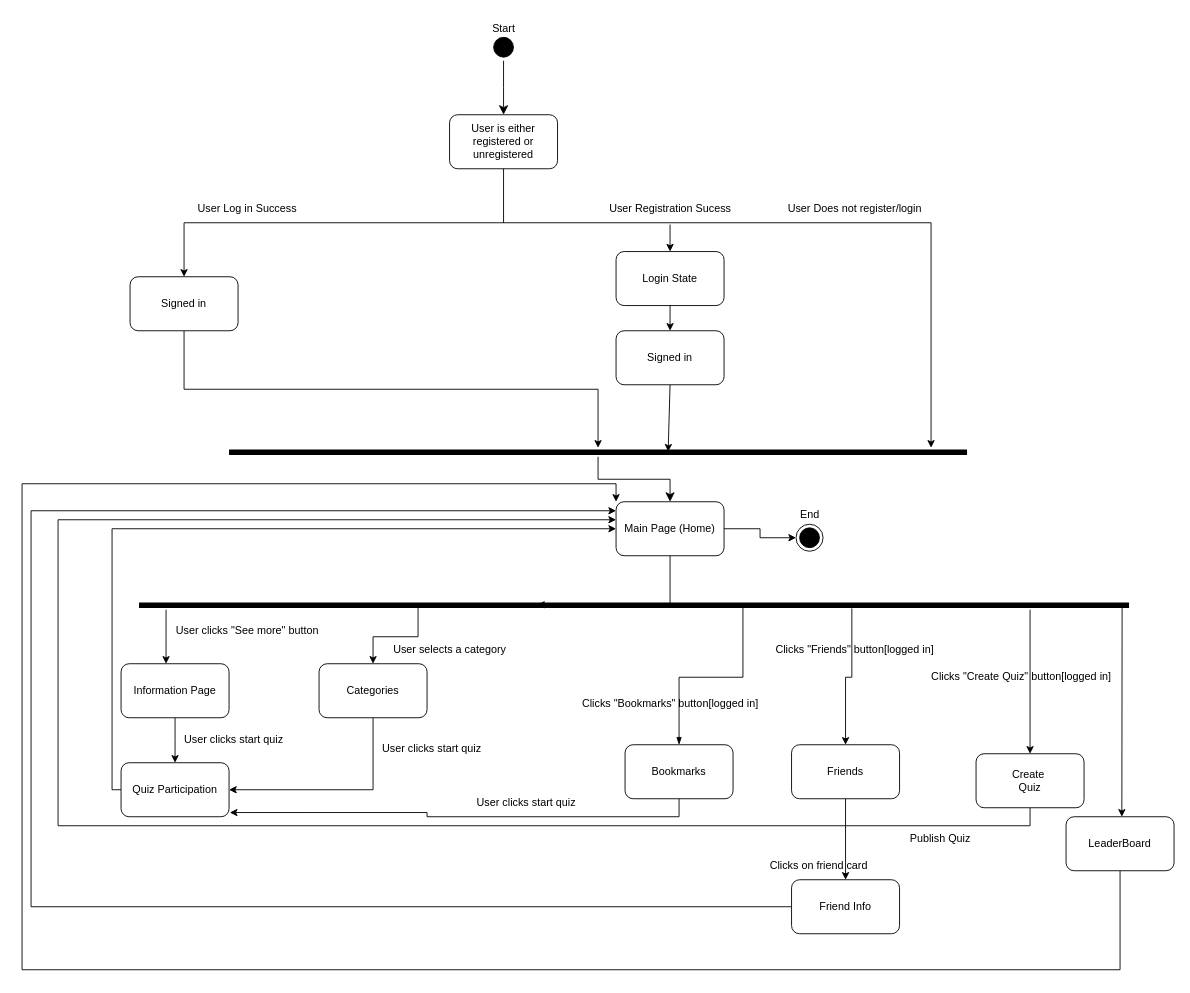
AksharNana/QuizPlatform-Docs keeps this draw.io diagram as views/State Diagram.drawio. Above is the earlier version. Source tidied: cells renumbered, new cells numbered last; positions are measured from the earlier drawing's top-left corner, leaving out a move shared by most shapes. Both pictures are drawn from the tidied source at 90%, with x=0, y=0 at pixel (22, 15).
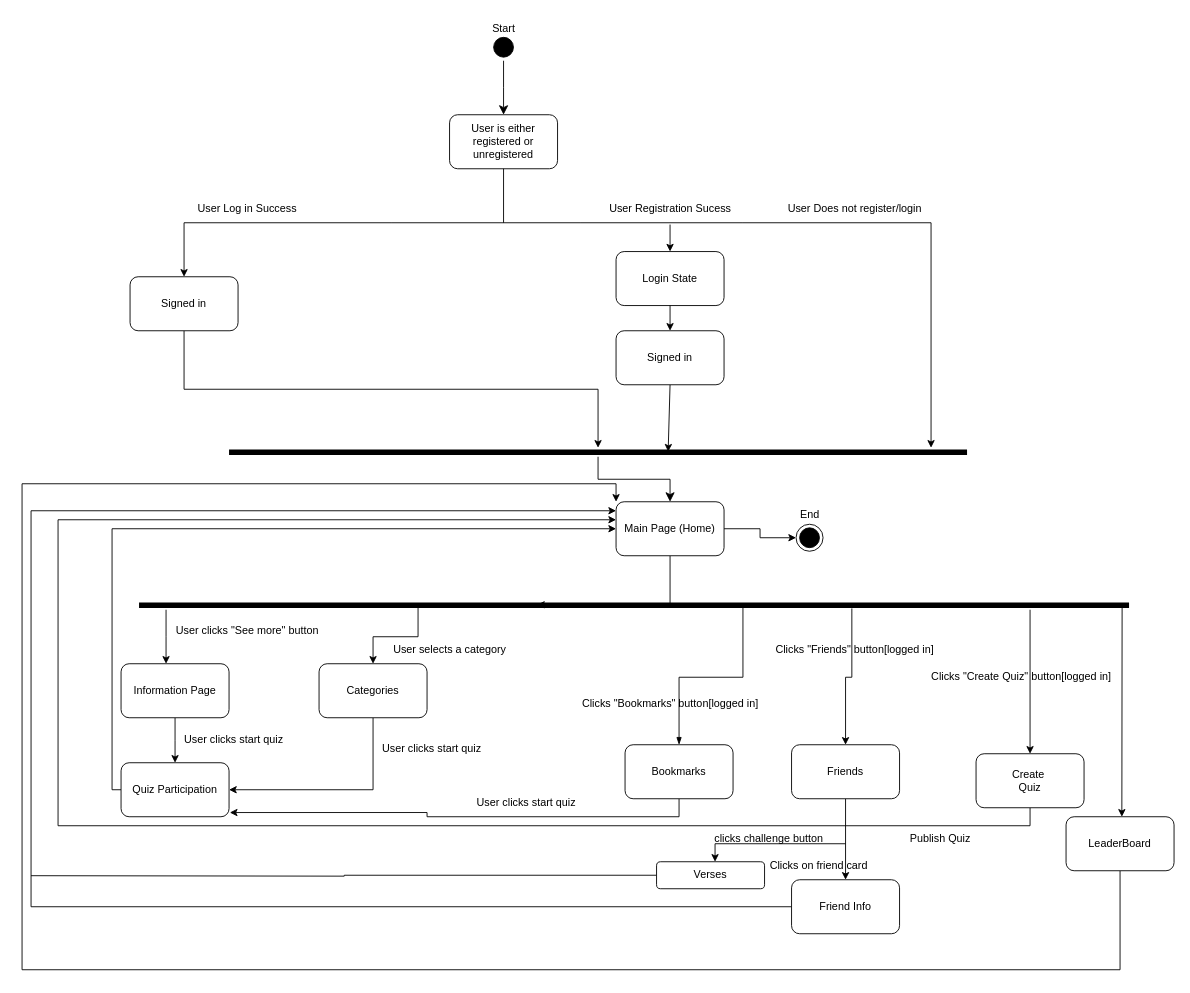
The same page after the edit.

What changed in the source:
```diff
@@
+    <mxCell id="60" style="endArrow=classic;html=1;rounded=0;" parent="1" edge="1">
+      <mxGeometry relative="1" as="geometry">
+        <mxPoint x="915" y="920" as="sourcePoint" />
+        <mxPoint x="770" y="940" as="targetPoint" />
+        <Array as="points">
+          <mxPoint x="770" y="920" />
+        </Array>
+      </mxGeometry>
+    </mxCell>
+    <mxCell id="61" style="edgeStyle=orthogonalEdgeStyle;rounded=0;jettySize=auto;html=1;exitX=0;exitY=0.5;exitDx=0;exitDy=0;endArrow=none;endFill=0;" parent="1" edge="1" source="62">
+      <mxGeometry relative="1" as="geometry">
+        <mxPoint x="10" y="955.5" as="targetPoint" />
+      </mxGeometry>
+    </mxCell>
+    <mxCell id="62" value="Verses" style="rounded=1;whiteSpace=wrap;html=1;" parent="1" vertex="1">
+      <mxGeometry x="705" y="940" width="120" height="30" as="geometry" />
+    </mxCell>
+    <mxCell id="63" value="clicks challenge button" style="text;html=1;strokeColor=none;fillColor=none;align=center;verticalAlign=middle;whiteSpace=wrap;rounded=0;" parent="1" vertex="1">
+      <mxGeometry x="740" y="900" width="180" height="30" as="geometry" />
+    </mxCell>
```
